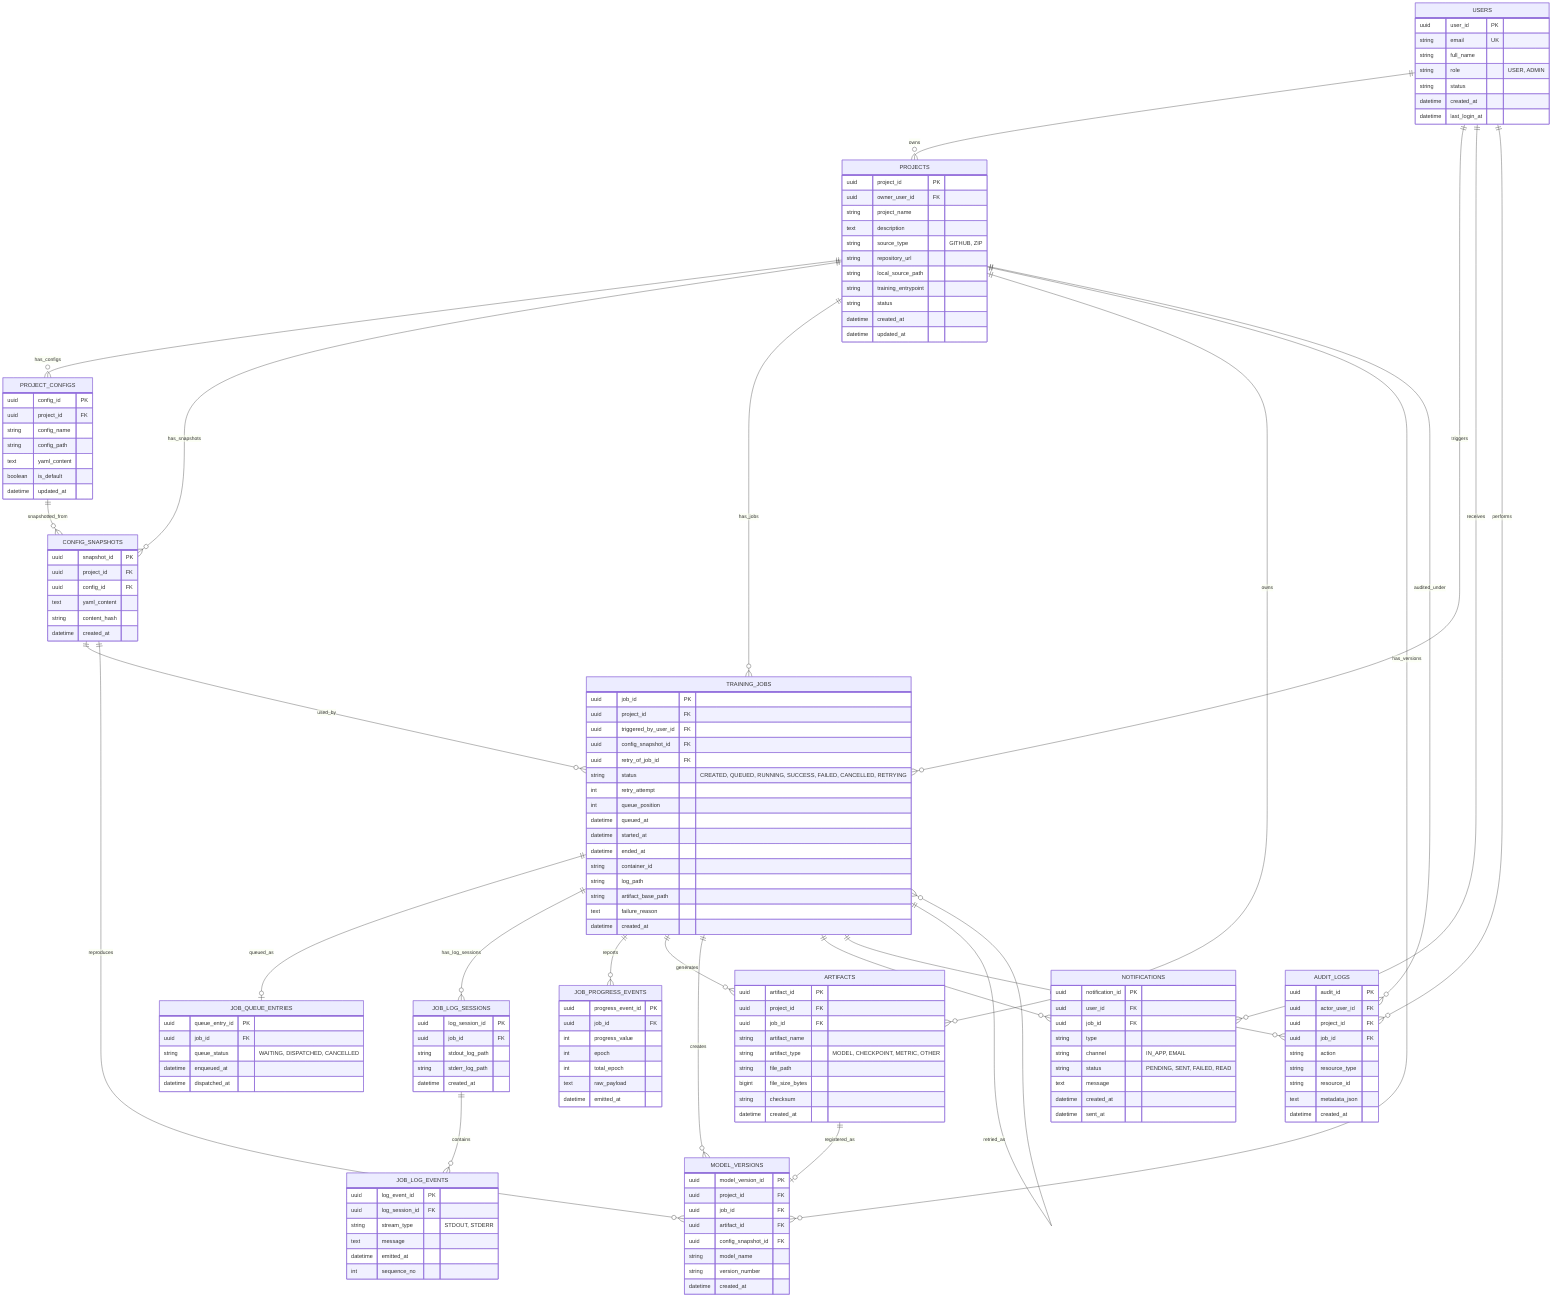
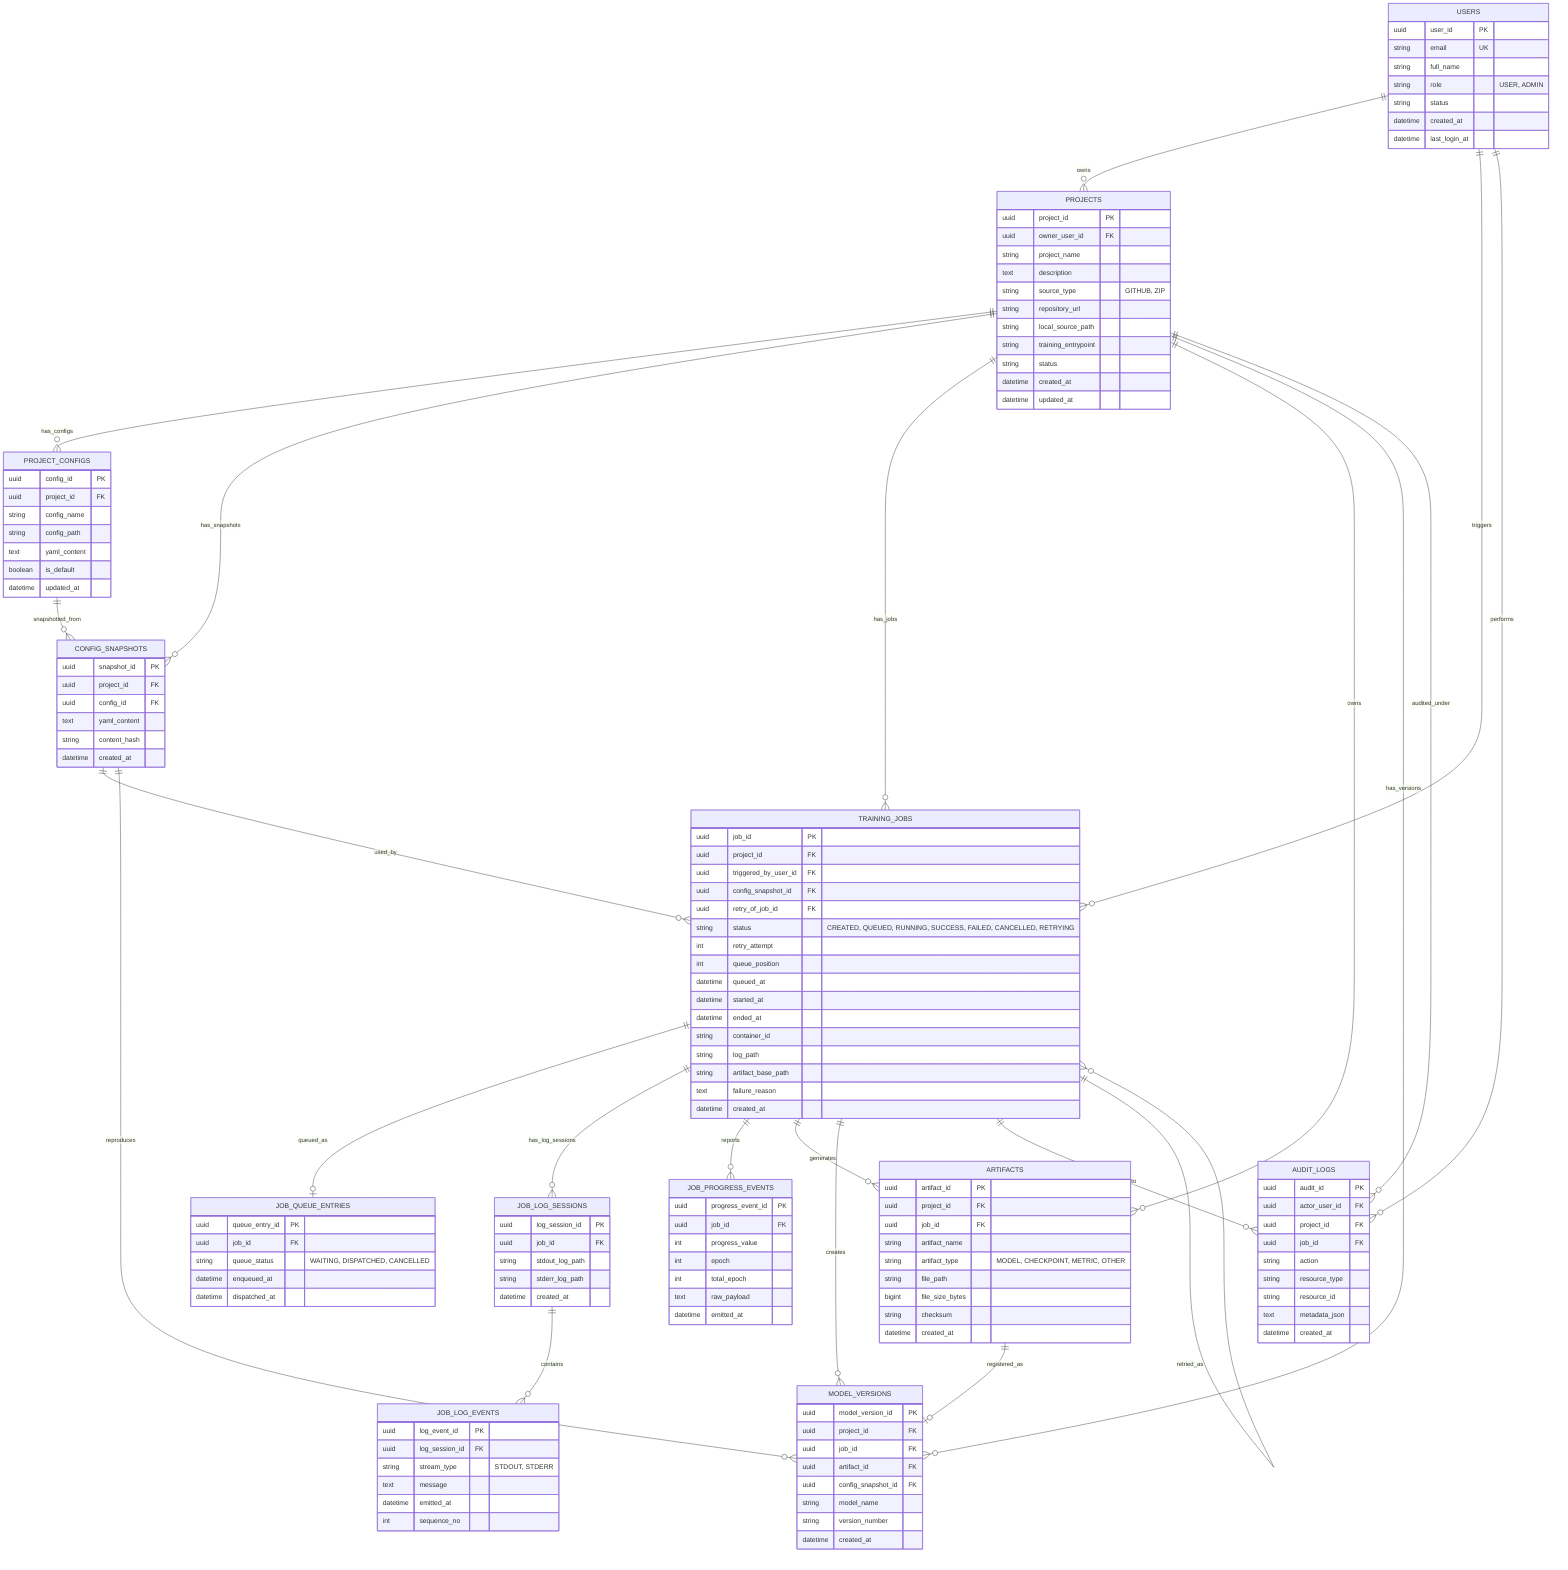
erDiagram
    USERS {
        uuid user_id PK
        string email UK
        string full_name
        string role "USER, ADMIN"
        string status
        datetime created_at
        datetime last_login_at
    }

    PROJECTS {
        uuid project_id PK
        uuid owner_user_id FK
        string project_name
        text description
        string source_type "GITHUB, ZIP"
        string repository_url
        string local_source_path
        string training_entrypoint
        string status
        datetime created_at
        datetime updated_at
    }

    PROJECT_CONFIGS {
        uuid config_id PK
        uuid project_id FK
        string config_name
        string config_path
        text yaml_content
        boolean is_default
        datetime updated_at
    }

    CONFIG_SNAPSHOTS {
        uuid snapshot_id PK
        uuid project_id FK
        uuid config_id FK
        text yaml_content
        string content_hash
        datetime created_at
    }

    TRAINING_JOBS {
        uuid job_id PK
        uuid project_id FK
        uuid triggered_by_user_id FK
        uuid config_snapshot_id FK
        uuid retry_of_job_id FK
        string status "CREATED, QUEUED, RUNNING, SUCCESS, FAILED, CANCELLED, RETRYING"
        int retry_attempt
        int queue_position
        datetime queued_at
        datetime started_at
        datetime ended_at
        string container_id
        string log_path
        string artifact_base_path
        text failure_reason
        datetime created_at
    }

    JOB_QUEUE_ENTRIES {
        uuid queue_entry_id PK
        uuid job_id FK
        string queue_status "WAITING, DISPATCHED, CANCELLED"
        datetime enqueued_at
        datetime dispatched_at
    }

    JOB_LOG_SESSIONS {
        uuid log_session_id PK
        uuid job_id FK
        string stdout_log_path
        string stderr_log_path
        datetime created_at
    }

    JOB_LOG_EVENTS {
        uuid log_event_id PK
        uuid log_session_id FK
        string stream_type "STDOUT, STDERR"
        text message
        datetime emitted_at
        int sequence_no
    }

    JOB_PROGRESS_EVENTS {
        uuid progress_event_id PK
        uuid job_id FK
        int progress_value
        int epoch
        int total_epoch
        text raw_payload
        datetime emitted_at
    }

    ARTIFACTS {
        uuid artifact_id PK
        uuid project_id FK
        uuid job_id FK
        string artifact_name
        string artifact_type "MODEL, CHECKPOINT, METRIC, OTHER"
        string file_path
        bigint file_size_bytes
        string checksum
        datetime created_at
    }

    MODEL_VERSIONS {
        uuid model_version_id PK
        uuid project_id FK
        uuid job_id FK
        uuid artifact_id FK
        uuid config_snapshot_id FK
        string model_name
        string version_number
        datetime created_at
    }

-     NOTIFICATIONS {
-         uuid notification_id PK
-         uuid user_id FK
-         uuid job_id FK
-         string type
-         string channel "IN_APP, EMAIL"
-         string status "PENDING, SENT, FAILED, READ"
-         text message
-         datetime created_at
-         datetime sent_at
-     }
- 
    AUDIT_LOGS {
        uuid audit_id PK
        uuid actor_user_id FK
        uuid project_id FK
        uuid job_id FK
        string action
        string resource_type
        string resource_id
        text metadata_json
        datetime created_at
    }

    USERS ||--o{ PROJECTS : owns
    USERS ||--o{ TRAINING_JOBS : triggers
-     USERS ||--o{ NOTIFICATIONS : receives
    USERS ||--o{ AUDIT_LOGS : performs

    PROJECTS ||--o{ PROJECT_CONFIGS : has_configs
    PROJECTS ||--o{ CONFIG_SNAPSHOTS : has_snapshots
    PROJECTS ||--o{ TRAINING_JOBS : has_jobs
    PROJECTS ||--o{ ARTIFACTS : owns
    PROJECTS ||--o{ MODEL_VERSIONS : has_versions
    PROJECTS ||--o{ AUDIT_LOGS : audited_under

    PROJECT_CONFIGS ||--o{ CONFIG_SNAPSHOTS : snapshotted_from
    CONFIG_SNAPSHOTS ||--o{ TRAINING_JOBS : used_by
    CONFIG_SNAPSHOTS ||--o{ MODEL_VERSIONS : reproduces

    TRAINING_JOBS ||--o| JOB_QUEUE_ENTRIES : queued_as
    TRAINING_JOBS ||--o{ JOB_LOG_SESSIONS : has_log_sessions
    TRAINING_JOBS ||--o{ JOB_PROGRESS_EVENTS : reports
    TRAINING_JOBS ||--o{ ARTIFACTS : generates
    TRAINING_JOBS ||--o{ MODEL_VERSIONS : creates
-     TRAINING_JOBS ||--o{ NOTIFICATIONS : triggers
    TRAINING_JOBS ||--o{ AUDIT_LOGS : related_to
    TRAINING_JOBS ||--o{ TRAINING_JOBS : retried_as

    JOB_LOG_SESSIONS ||--o{ JOB_LOG_EVENTS : contains
    ARTIFACTS ||--o| MODEL_VERSIONS : registered_as